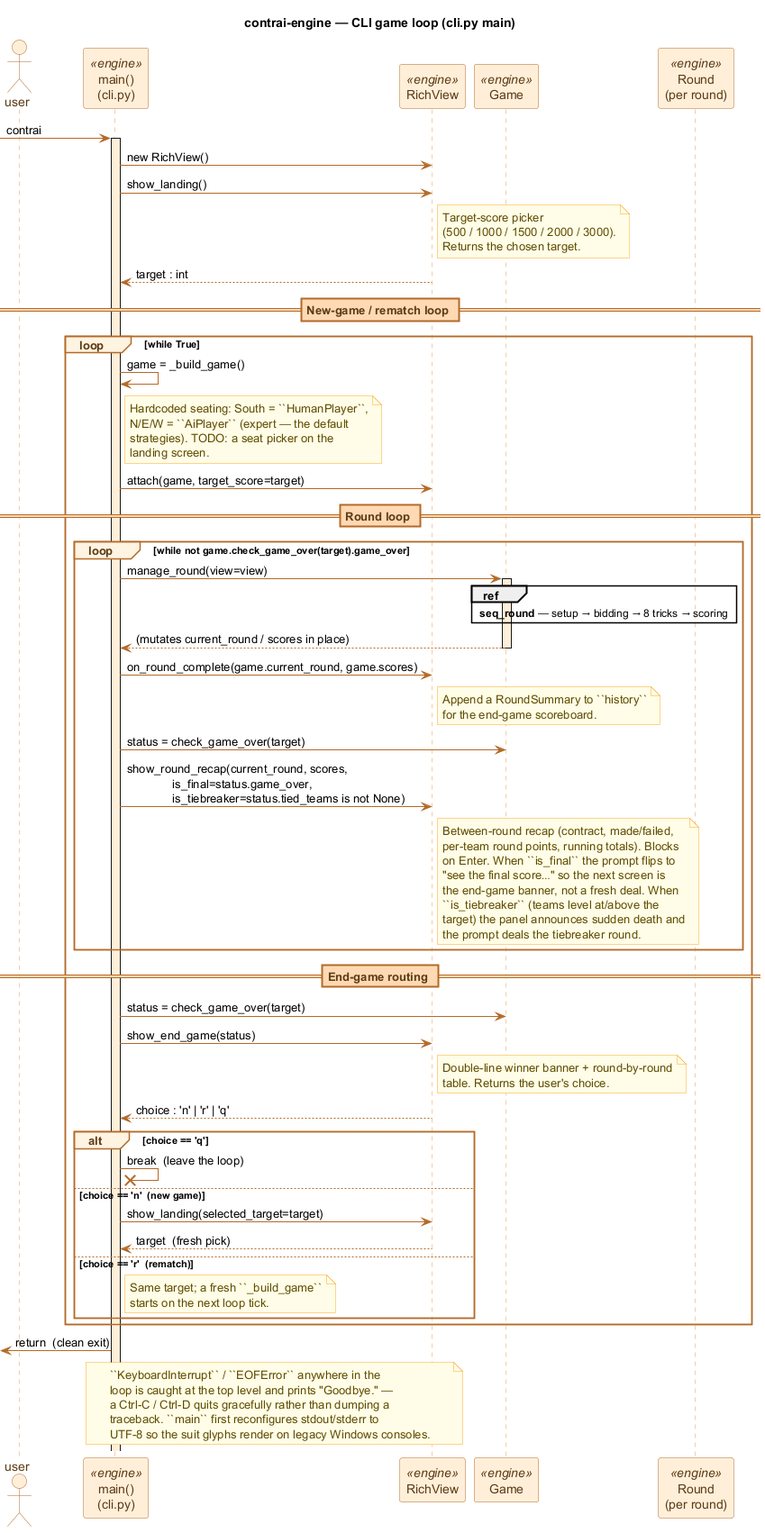
valmathieu/ContrAI keeps this PlantUML diagram as docs/diagrams/seq_cli.png. Above is the earlier version.
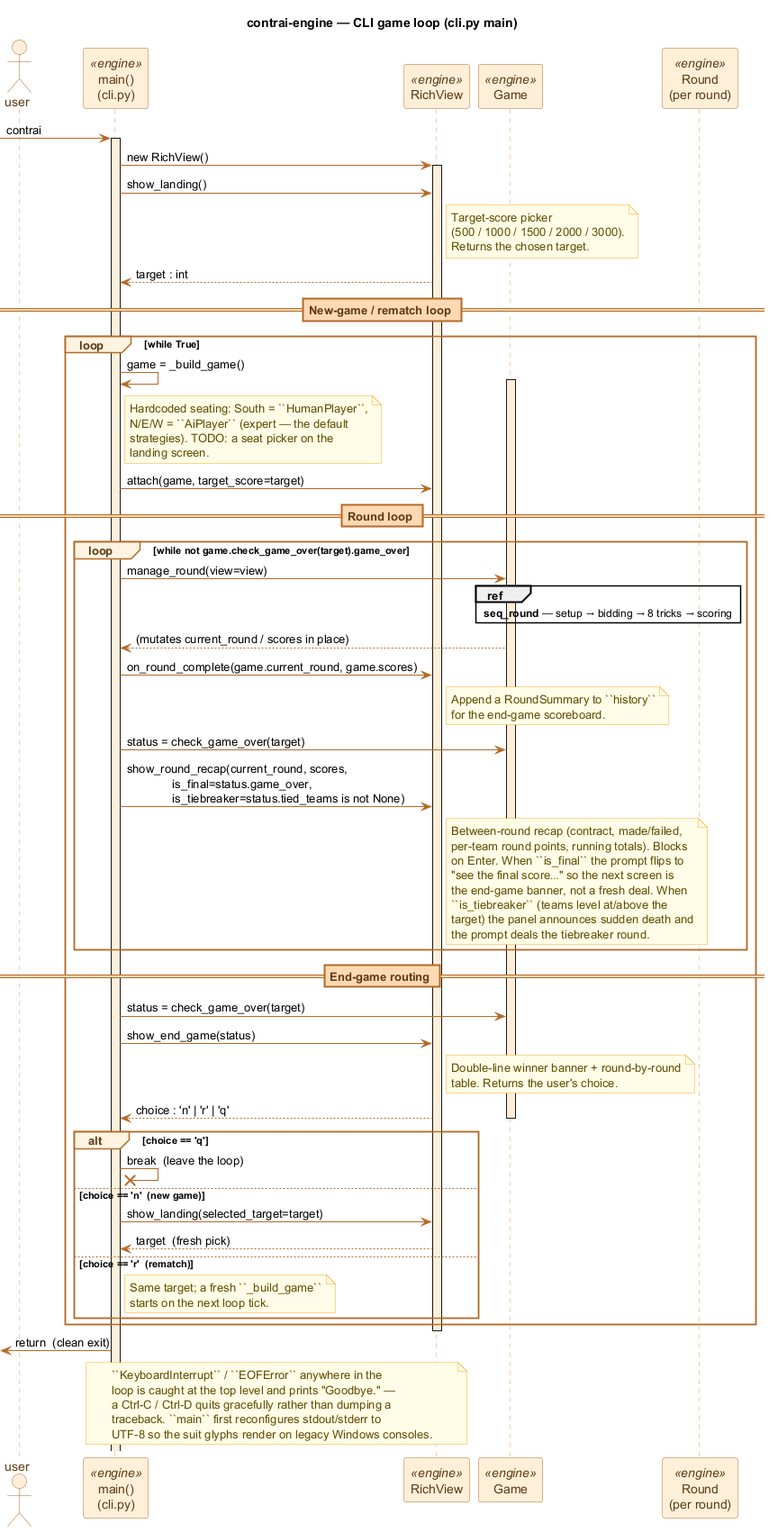
Later version of the same file.

What changed in the source:
```diff
@@ -37,6 +37,7 @@
 activate M
 
 M -> V : new RichView()
+activate V
 M -> V : show_landing()
 note right of V
   Target-score picker
@@ -49,6 +50,7 @@
 
 loop while True
     M -> M : game = _build_game()
+    activate G
     note right of M
       Hardcoded seating: South = ``HumanPlayer``,
       N/E/W = ``AiPlayer`` (expert — the default
@@ -61,10 +63,8 @@
 
     loop while not game.check_game_over(target).game_over
         M -> G : manage_round(view=view)
-        activate G
         ref over G, R : **seq_round** — setup → bidding → 8 tricks → scoring
         G --> M : (mutates current_round / scores in place)
-        deactivate G
 
         M -> V : on_round_complete(game.current_round, game.scores)
         note right of V
@@ -95,6 +95,7 @@
       table. Returns the user's choice.
     end note
     V --> M : choice : 'n' | 'r' | 'q'
+    deactivate G
 
     alt choice == 'q'
         M ->x M : break  (leave the loop)
@@ -109,6 +110,7 @@
     end
 end
 
+deactivate V
 [<- M : return  (clean exit)
 
 note over M, V
```
